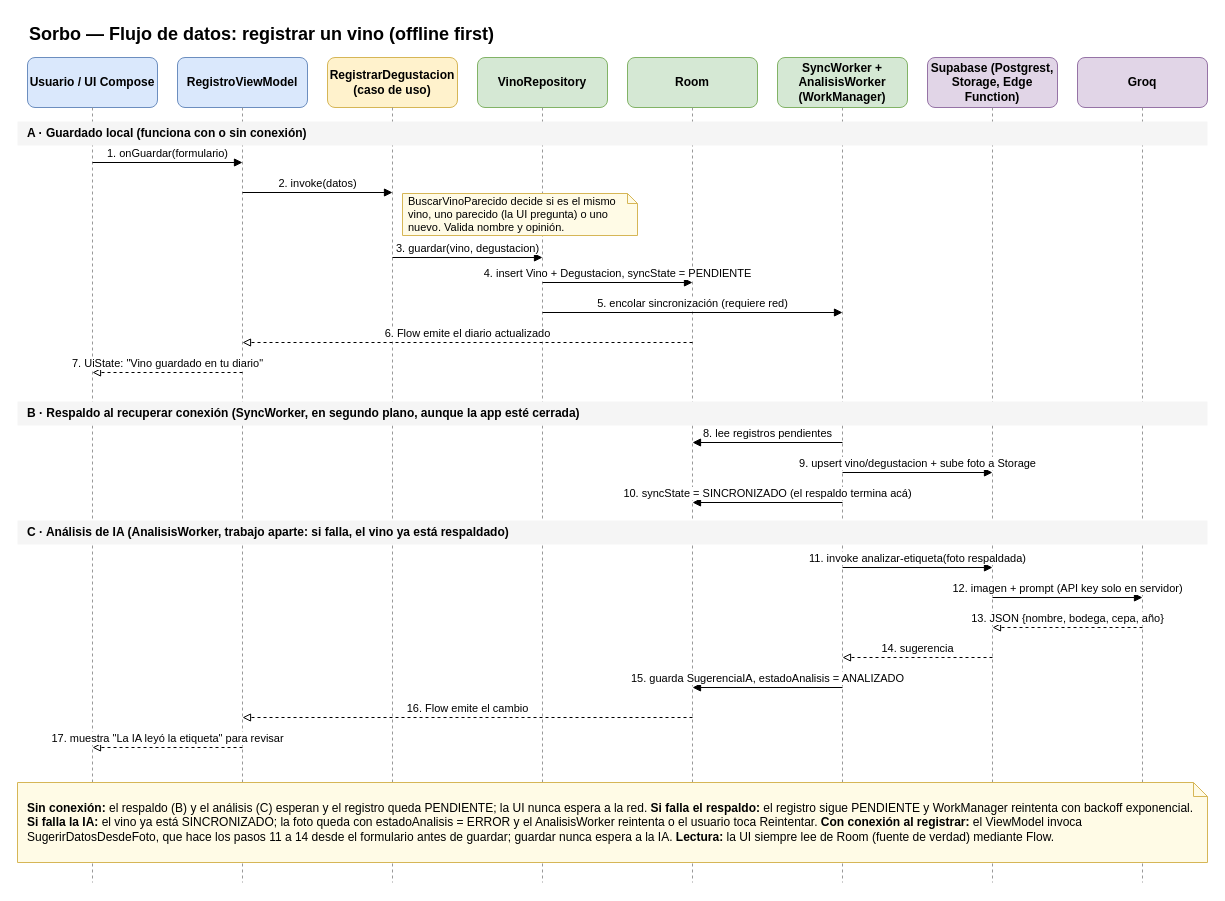
Before: page "Flujo de datos - Registrar vino" (3 of 5) of docs/diagramas/sorbo.drawio in alejogarciabosio/sorbo-app, a draw.io diagram. Source tidied: cells renumbered, new cells numbered last; positions are measured from the earlier drawing's top-left corner, leaving out a move shared by most shapes. Both pictures are drawn from the tidied source at 100%, with x=0, y=0 at pixel (17, 17).
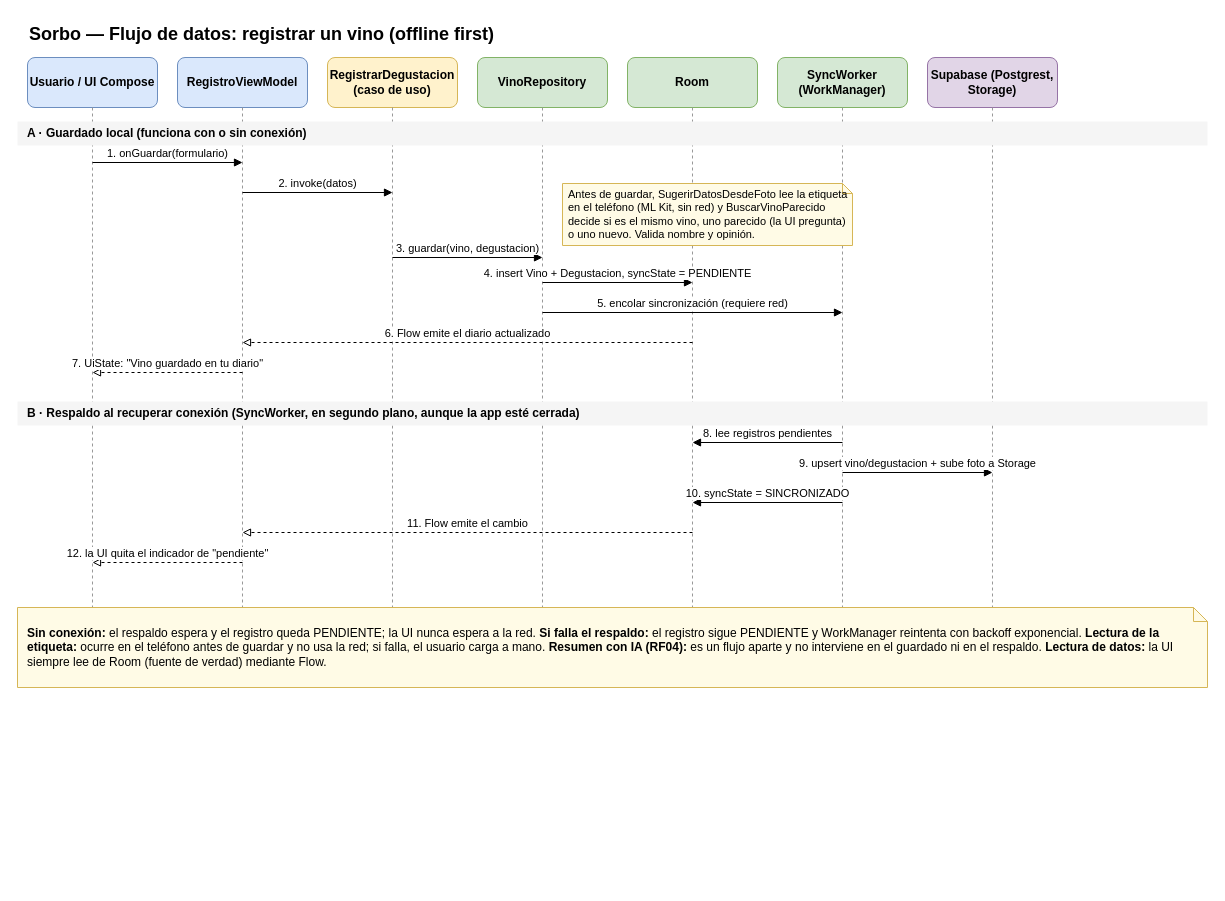
The same page after the edit.

Commit message (it also covers changes not shown here):
docs: diagramas con lectura local de etiquetas y respaldo sin servicios de IA

The edit, as a diff of the source:
```diff
@@
     <mxCell id="4" style="endArrow=none;dashed=1;html=1;strokeColor=#999999;" parent="1" edge="1">
       <mxGeometry relative="1" as="geometry">
         <mxPoint x="75" y="90" as="sourcePoint" />
-        <mxPoint x="75" y="865" as="targetPoint" />
+        <mxPoint x="75" y="640" as="targetPoint" />
       </mxGeometry>
     </mxCell>
@@
     <mxCell id="6" style="endArrow=none;dashed=1;html=1;strokeColor=#999999;" parent="1" edge="1">
       <mxGeometry relative="1" as="geometry">
         <mxPoint x="225" y="90" as="sourcePoint" />
-        <mxPoint x="225" y="865" as="targetPoint" />
+        <mxPoint x="225" y="640" as="targetPoint" />
       </mxGeometry>
     </mxCell>
@@
     <mxCell id="8" style="endArrow=none;dashed=1;html=1;strokeColor=#999999;" parent="1" edge="1">
       <mxGeometry relative="1" as="geometry">
         <mxPoint x="375" y="90" as="sourcePoint" />
-        <mxPoint x="375" y="865" as="targetPoint" />
+        <mxPoint x="375" y="640" as="targetPoint" />
       </mxGeometry>
     </mxCell>
@@
     <mxCell id="10" style="endArrow=none;dashed=1;html=1;strokeColor=#999999;" parent="1" edge="1">
       <mxGeometry relative="1" as="geometry">
         <mxPoint x="525" y="90" as="sourcePoint" />
-        <mxPoint x="525" y="865" as="targetPoint" />
+        <mxPoint x="525" y="640" as="targetPoint" />
       </mxGeometry>
     </mxCell>
@@
     <mxCell id="12" style="endArrow=none;dashed=1;html=1;strokeColor=#999999;" parent="1" edge="1">
       <mxGeometry relative="1" as="geometry">
         <mxPoint x="675" y="90" as="sourcePoint" />
-        <mxPoint x="675" y="865" as="targetPoint" />
+        <mxPoint x="675" y="640" as="targetPoint" />
       </mxGeometry>
     </mxCell>
-    <mxCell id="13" value="&lt;b&gt;SyncWorker + AnalisisWorker (WorkManager)&lt;/b&gt;" style="rounded=1;whiteSpace=wrap;html=1;fillColor=#d5e8d4;strokeColor=#82b366;" parent="1" vertex="1">
+    <mxCell id="13" value="&lt;b&gt;SyncWorker (WorkManager)&lt;/b&gt;" style="rounded=1;whiteSpace=wrap;html=1;fillColor=#d5e8d4;strokeColor=#82b366;" parent="1" vertex="1">
       <mxGeometry x="760" y="40" width="130" height="50" as="geometry" />
     </mxCell>
     <mxCell id="14" style="endArrow=none;dashed=1;html=1;strokeColor=#999999;" parent="1" edge="1">
       <mxGeometry relative="1" as="geometry">
         <mxPoint x="825" y="90" as="sourcePoint" />
-        <mxPoint x="825" y="865" as="targetPoint" />
+        <mxPoint x="825" y="640" as="targetPoint" />
       </mxGeometry>
     </mxCell>
-    <mxCell id="15" value="&lt;b&gt;Supabase (Postgrest, Storage, Edge Function)&lt;/b&gt;" style="rounded=1;whiteSpace=wrap;html=1;fillColor=#e1d5e7;strokeColor=#9673a6;" parent="1" vertex="1">
+    <mxCell id="15" value="&lt;b&gt;Supabase (Postgrest, Storage)&lt;/b&gt;" style="rounded=1;whiteSpace=wrap;html=1;fillColor=#e1d5e7;strokeColor=#9673a6;" parent="1" vertex="1">
       <mxGeometry x="910" y="40" width="130" height="50" as="geometry" />
     </mxCell>
     <mxCell id="16" style="endArrow=none;dashed=1;html=1;strokeColor=#999999;" parent="1" edge="1">
       <mxGeometry relative="1" as="geometry">
         <mxPoint x="975" y="90" as="sourcePoint" />
-        <mxPoint x="975" y="865" as="targetPoint" />
+        <mxPoint x="975" y="640" as="targetPoint" />
       </mxGeometry>
     </mxCell>
-    <mxCell id="17" value="&lt;b&gt;Groq&lt;/b&gt;" style="rounded=1;whiteSpace=wrap;html=1;fillColor=#e1d5e7;strokeColor=#9673a6;" parent="1" vertex="1">
-      <mxGeometry x="1060" y="40" width="130" height="50" as="geometry" />
-    </mxCell>
-    <mxCell id="18" style="endArrow=none;dashed=1;html=1;strokeColor=#999999;" parent="1" edge="1">
-      <mxGeometry relative="1" as="geometry">
-        <mxPoint x="1125" y="90" as="sourcePoint" />
-        <mxPoint x="1125" y="865" as="targetPoint" />
-      </mxGeometry>
-    </mxCell>
@@
-    <mxCell id="30" value="10. syncState = SINCRONIZADO (el respaldo termina acá)" style="html=1;verticalAlign=bottom;endArrow=block;fontSize=11;" parent="1" edge="1">
+    <mxCell id="30" value="10. syncState = SINCRONIZADO" style="html=1;verticalAlign=bottom;endArrow=block;fontSize=11;" parent="1" edge="1">
       <mxGeometry relative="1" as="geometry">
         <mxPoint x="825" y="485" as="sourcePoint" />
         <mxPoint x="675" y="485" as="targetPoint" />
       </mxGeometry>
     </mxCell>
-    <mxCell id="31" value="12. imagen + prompt (API key solo en servidor)" style="html=1;verticalAlign=bottom;endArrow=block;fontSize=11;" parent="1" edge="1">
-      <mxGeometry relative="1" as="geometry">
-        <mxPoint x="975" y="580" as="sourcePoint" />
-        <mxPoint x="1125" y="580" as="targetPoint" />
-      </mxGeometry>
-    </mxCell>
-    <mxCell id="32" value="13. JSON {nombre, bodega, cepa, año}" style="html=1;verticalAlign=bottom;endArrow=block;fontSize=11;dashed=1;endFill=0;" parent="1" edge="1">
-      <mxGeometry relative="1" as="geometry">
-        <mxPoint x="1125" y="610" as="sourcePoint" />
-        <mxPoint x="975" y="610" as="targetPoint" />
-      </mxGeometry>
-    </mxCell>
-    <mxCell id="33" value="14. sugerencia" style="html=1;verticalAlign=bottom;endArrow=block;fontSize=11;dashed=1;endFill=0;" parent="1" edge="1">
-      <mxGeometry relative="1" as="geometry">
-        <mxPoint x="975" y="640" as="sourcePoint" />
-        <mxPoint x="825" y="640" as="targetPoint" />
-      </mxGeometry>
-    </mxCell>
-    <mxCell id="34" value="15. guarda SugerenciaIA, estadoAnalisis = ANALIZADO" style="html=1;verticalAlign=bottom;endArrow=block;fontSize=11;" parent="1" edge="1">
-      <mxGeometry relative="1" as="geometry">
-        <mxPoint x="825" y="670" as="sourcePoint" />
-        <mxPoint x="675" y="670" as="targetPoint" />
-      </mxGeometry>
-    </mxCell>
-    <mxCell id="35" value="16. Flow emite el cambio" style="html=1;verticalAlign=bottom;endArrow=block;fontSize=11;dashed=1;endFill=0;" parent="1" edge="1">
+    <mxCell id="35" value="11. Flow emite el cambio" style="html=1;verticalAlign=bottom;endArrow=block;fontSize=11;dashed=1;endFill=0;" parent="1" edge="1">
       <mxGeometry relative="1" as="geometry">
-        <mxPoint x="675" y="700" as="sourcePoint" />
-        <mxPoint x="225" y="700" as="targetPoint" />
+        <mxPoint x="675" y="515" as="sourcePoint" />
+        <mxPoint x="225" y="515" as="targetPoint" />
       </mxGeometry>
     </mxCell>
-    <mxCell id="36" value="17. muestra &quot;La IA leyó la etiqueta&quot; para revisar" style="html=1;verticalAlign=bottom;endArrow=block;fontSize=11;dashed=1;endFill=0;" parent="1" edge="1">
+    <mxCell id="36" value="12. la UI quita el indicador de &quot;pendiente&quot;" style="html=1;verticalAlign=bottom;endArrow=block;fontSize=11;dashed=1;endFill=0;" parent="1" edge="1">
       <mxGeometry relative="1" as="geometry">
-        <mxPoint x="225" y="730" as="sourcePoint" />
-        <mxPoint x="75" y="730" as="targetPoint" />
+        <mxPoint x="225" y="545" as="sourcePoint" />
+        <mxPoint x="75" y="545" as="targetPoint" />
       </mxGeometry>
     </mxCell>
-    <mxCell id="37" value="BuscarVinoParecido decide si es el mismo vino, uno parecido (la UI pregunta) o uno nuevo. Valida nombre y opinión." style="shape=note;whiteSpace=wrap;html=1;size=10;fillColor=#fffbe6;strokeColor=#d6b656;fontSize=11;align=left;spacingLeft=4;" parent="1" vertex="1">
-      <mxGeometry x="385" y="176" width="235" height="42" as="geometry" />
+    <mxCell id="37" value="Antes de guardar, SugerirDatosDesdeFoto lee la etiqueta en el teléfono (ML Kit, sin red) y BuscarVinoParecido decide si es el mismo vino, uno parecido (la UI pregunta) o uno nuevo. Valida nombre y opinión." style="shape=note;whiteSpace=wrap;html=1;size=10;fillColor=#fffbe6;strokeColor=#d6b656;fontSize=11;align=left;spacingLeft=4;" parent="1" vertex="1">
+      <mxGeometry x="545" y="166" width="290" height="62" as="geometry" />
     </mxCell>
-    <mxCell id="38" value="&lt;b&gt;Sin conexión:&lt;/b&gt; el respaldo (B) y el análisis (C) esperan y el registro queda PENDIENTE; la UI nunca espera a la red. &lt;b&gt;Si falla el respaldo:&lt;/b&gt; el registro sigue PENDIENTE y WorkManager reintenta con backoff exponencial. &lt;b&gt;Si falla la IA:&lt;/b&gt; el vino ya está SINCRONIZADO; la foto queda con estadoAnalisis = ERROR y el AnalisisWorker reintenta o el usuario toca Reintentar. &lt;b&gt;Con conexión al registrar:&lt;/b&gt; el ViewModel invoca SugerirDatosDesdeFoto, que hace los pasos 11 a 14 desde el formulario antes de guardar; guardar nunca espera a la IA. &lt;b&gt;Lectura:&lt;/b&gt; la UI siempre lee de Room (fuente de verdad) mediante Flow." style="shape=note;whiteSpace=wrap;html=1;size=14;fillColor=#fffbe6;strokeColor=#d6b656;align=left;spacingLeft=8;spacingRight=8;" parent="1" vertex="1">
-      <mxGeometry y="765" width="1190" height="80" as="geometry" />
+    <mxCell id="38" value="&lt;b&gt;Sin conexión:&lt;/b&gt; el respaldo espera y el registro queda PENDIENTE; la UI nunca espera a la red. &lt;b&gt;Si falla el respaldo:&lt;/b&gt; el registro sigue PENDIENTE y WorkManager reintenta con backoff exponencial. &lt;b&gt;Lectura de la etiqueta:&lt;/b&gt; ocurre en el teléfono antes de guardar y no usa la red; si falla, el usuario carga a mano. &lt;b&gt;Resumen con IA (RF04):&lt;/b&gt; es un flujo aparte y no interviene en el guardado ni en el respaldo. &lt;b&gt;Lectura de datos:&lt;/b&gt; la UI siempre lee de Room (fuente de verdad) mediante Flow." style="shape=note;whiteSpace=wrap;html=1;size=14;fillColor=#fffbe6;strokeColor=#d6b656;align=left;spacingLeft=8;spacingRight=8;" parent="1" vertex="1">
+      <mxGeometry y="590" width="1190" height="80" as="geometry" />
     </mxCell>
-    <mxCell id="39" value="C · Análisis de IA (AnalisisWorker, trabajo aparte: si falla, el vino ya está respaldado)" style="rounded=0;whiteSpace=wrap;html=1;fillColor=#f5f5f5;strokeColor=none;align=left;spacingLeft=8;fontStyle=1;" parent="1" vertex="1">
-      <mxGeometry y="503" width="1190" height="24" as="geometry" />
-    </mxCell>
-    <mxCell id="40" value="11. invoke analizar-etiqueta(foto respaldada)" style="html=1;verticalAlign=bottom;endArrow=block;fontSize=11;" parent="1" edge="1">
-      <mxGeometry relative="1" as="geometry">
-        <mxPoint x="825" y="550" as="sourcePoint" />
-        <mxPoint x="975" y="550" as="targetPoint" />
-      </mxGeometry>
-    </mxCell>
```
